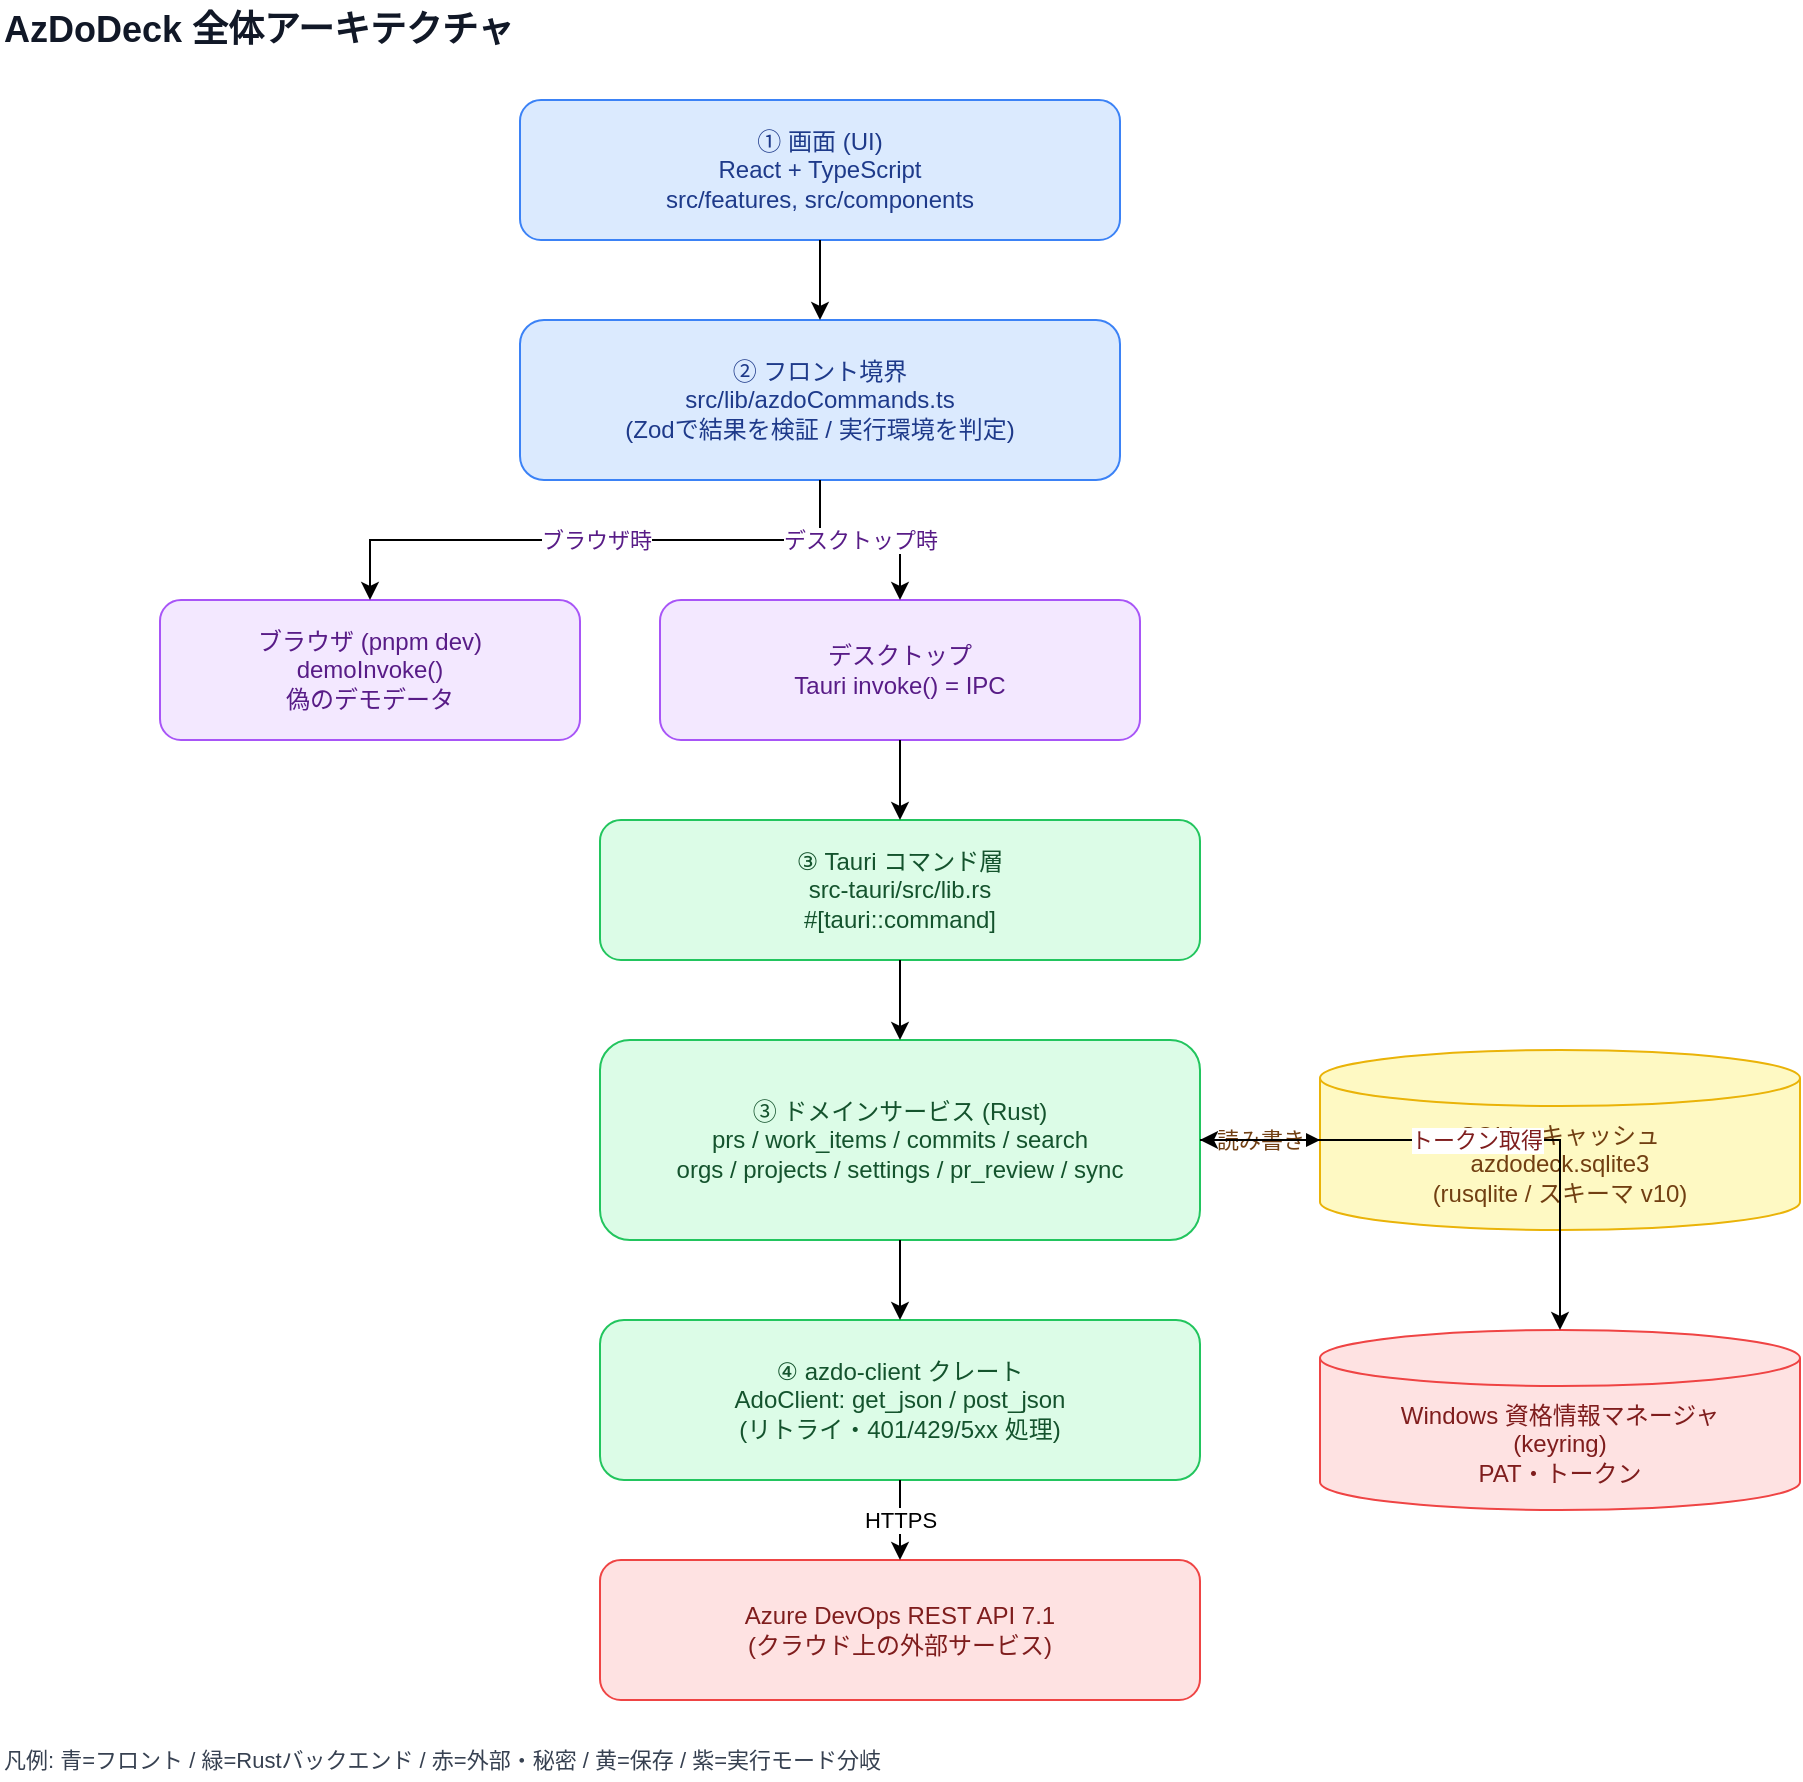
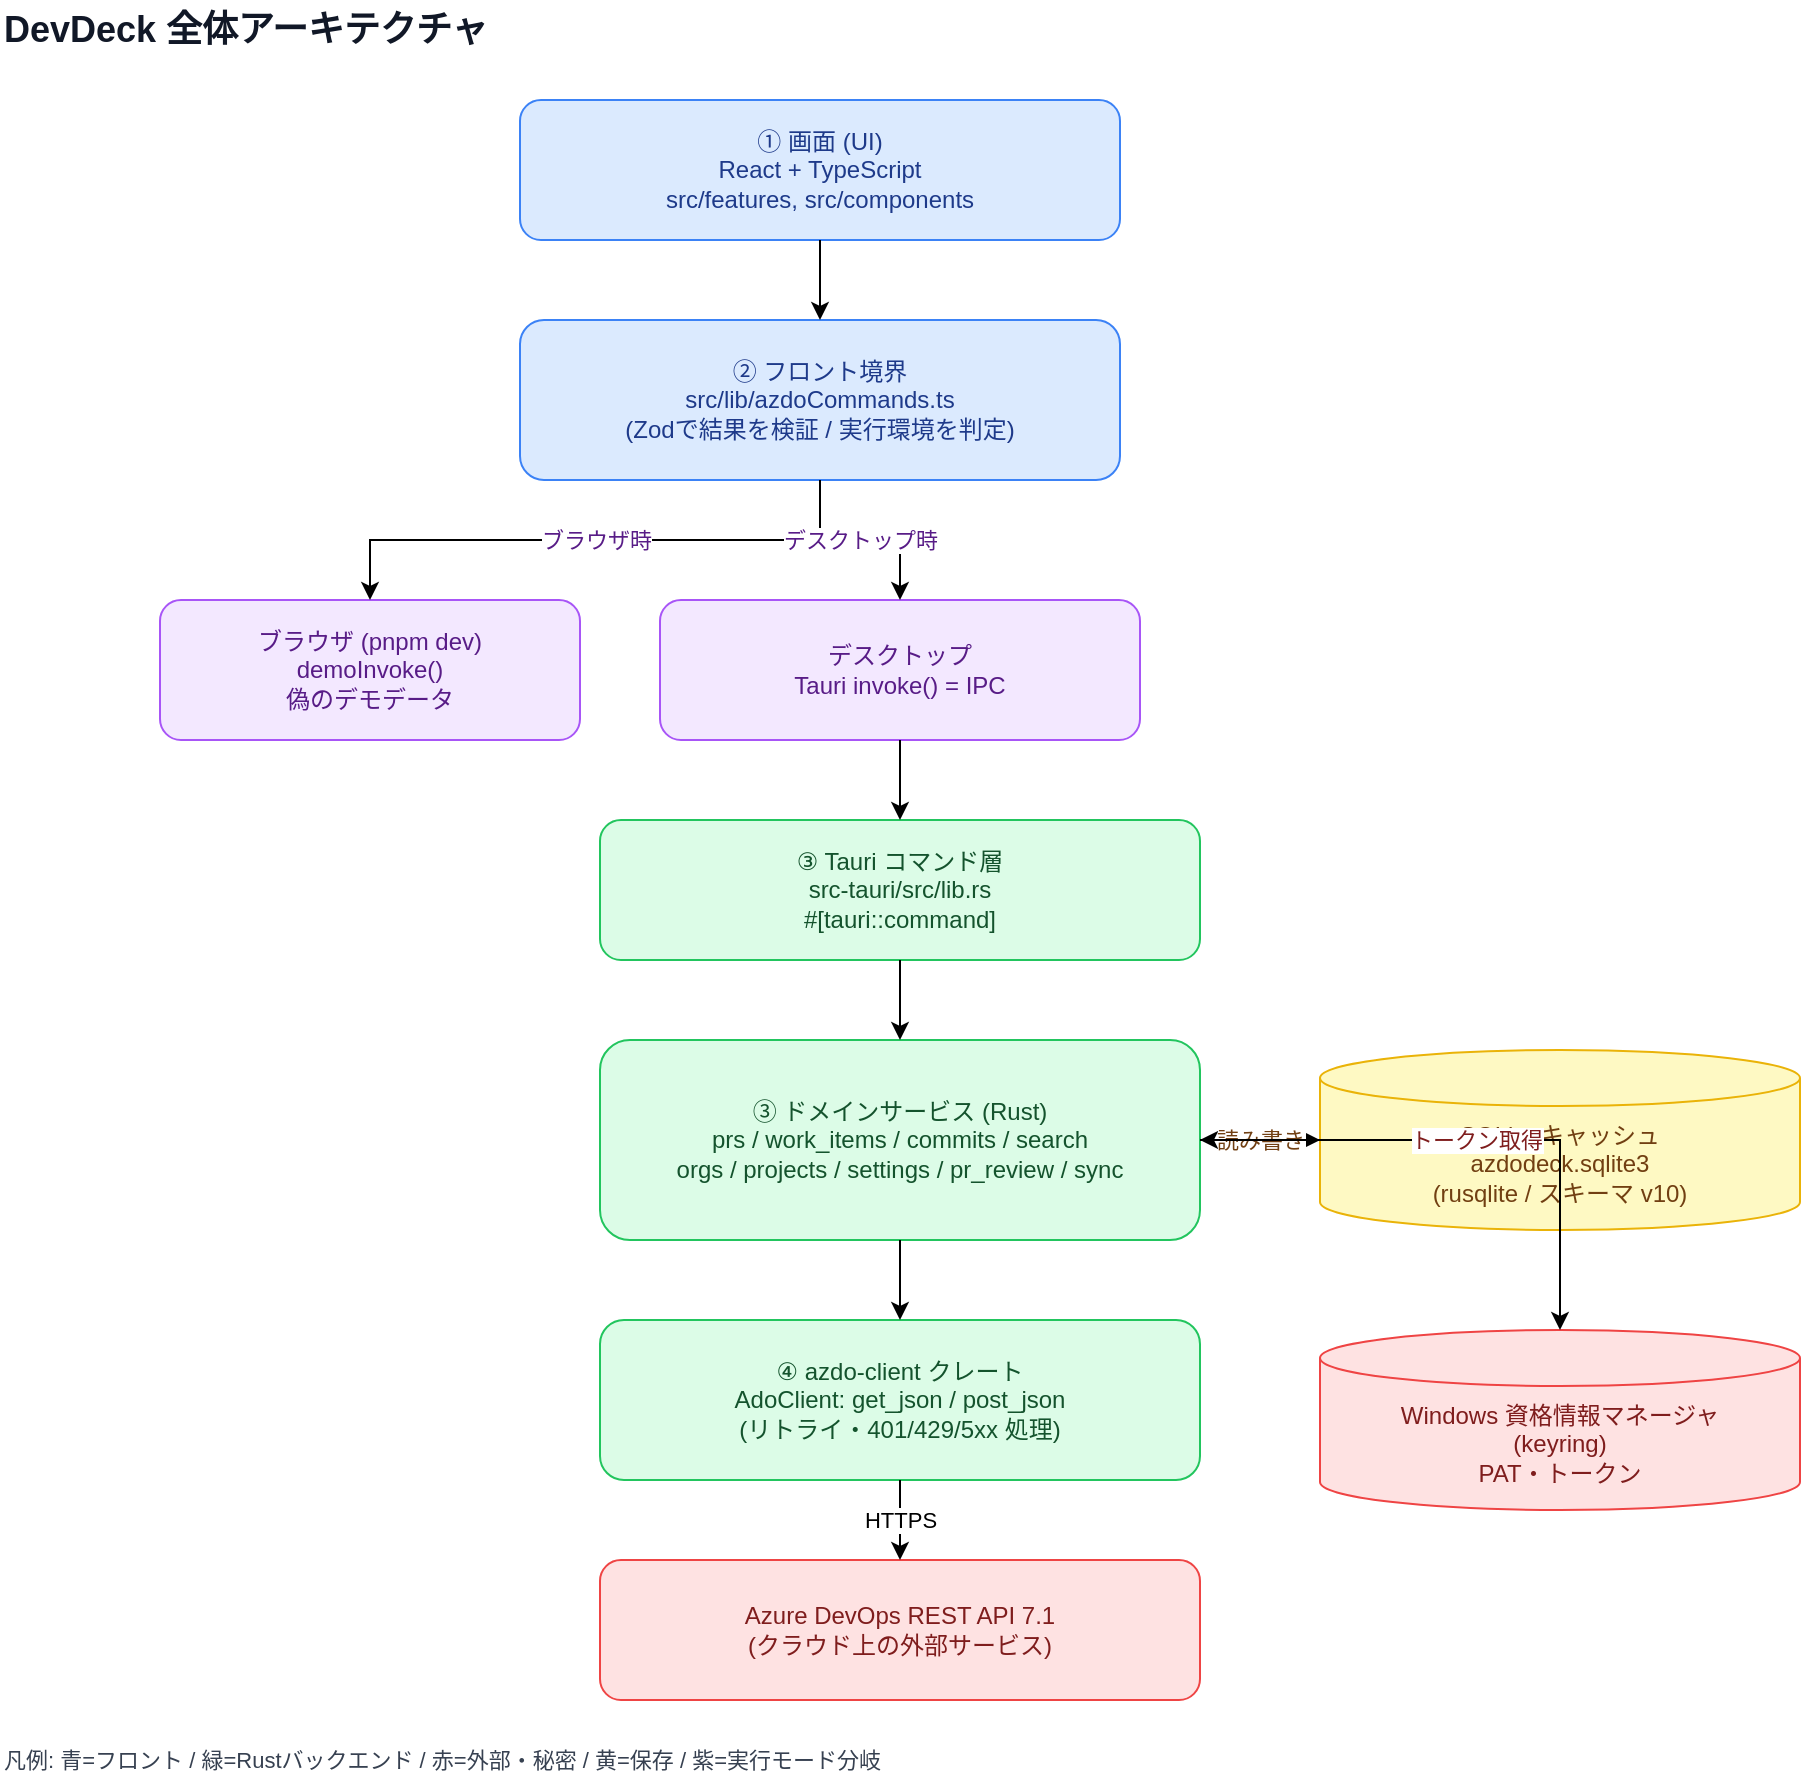
<mxfile host="app.diagrams.net" type="device">
  <diagram name="architecture" id="azdodeck-architecture">
    <mxGraphModel dx="1100" dy="800" grid="1" gridSize="10" guides="1" tooltips="1" connect="1" arrows="1" fold="1" page="1" pageScale="1" pageWidth="1100" pageHeight="950" math="0" shadow="0">
      <root>
        <mxCell id="0" />
        <mxCell id="1" parent="0" />

-         <mxCell id="title" value="AzDoDeck 全体アーキテクチャ" style="text;html=1;align=left;verticalAlign=middle;fontSize=18;fontStyle=1;fontColor=#111827;" vertex="1" parent="1">
+         <mxCell id="title" value="DevDeck 全体アーキテクチャ" style="text;html=1;align=left;verticalAlign=middle;fontSize=18;fontStyle=1;fontColor=#111827;" vertex="1" parent="1">
          <mxGeometry x="40" y="20" width="400" height="30" as="geometry" />
        </mxCell>

        <mxCell id="ui" value="&#9312; 画面 (UI)&lt;br&gt;React + TypeScript&lt;br&gt;src/features, src/components" style="rounded=1;whiteSpace=wrap;html=1;fillColor=#dbeafe;strokeColor=#3b82f6;fontColor=#1e3a8a;" vertex="1" parent="1">
          <mxGeometry x="300" y="70" width="300" height="70" as="geometry" />
        </mxCell>

        <mxCell id="bridge" value="&#9313; フロント境界&lt;br&gt;src/lib/azdoCommands.ts&lt;br&gt;(Zodで結果を検証 / 実行環境を判定)" style="rounded=1;whiteSpace=wrap;html=1;fillColor=#dbeafe;strokeColor=#3b82f6;fontColor=#1e3a8a;" vertex="1" parent="1">
          <mxGeometry x="300" y="180" width="300" height="80" as="geometry" />
        </mxCell>

        <mxCell id="demo" value="ブラウザ (pnpm dev)&lt;br&gt;demoInvoke()&lt;br&gt;偽のデモデータ" style="rounded=1;whiteSpace=wrap;html=1;fillColor=#f3e8ff;strokeColor=#a855f7;fontColor=#581c87;" vertex="1" parent="1">
          <mxGeometry x="120" y="320" width="210" height="70" as="geometry" />
        </mxCell>

        <mxCell id="invoke" value="デスクトップ&lt;br&gt;Tauri invoke() = IPC" style="rounded=1;whiteSpace=wrap;html=1;fillColor=#f3e8ff;strokeColor=#a855f7;fontColor=#581c87;" vertex="1" parent="1">
          <mxGeometry x="370" y="320" width="240" height="70" as="geometry" />
        </mxCell>

        <mxCell id="cmd" value="&#9314; Tauri コマンド層&lt;br&gt;src-tauri/src/lib.rs&lt;br&gt;#[tauri::command]" style="rounded=1;whiteSpace=wrap;html=1;fillColor=#dcfce7;strokeColor=#22c55e;fontColor=#14532d;" vertex="1" parent="1">
          <mxGeometry x="340" y="430" width="300" height="70" as="geometry" />
        </mxCell>

        <mxCell id="svc" value="&#9314; ドメインサービス (Rust)&lt;br&gt;prs / work_items / commits / search&lt;br&gt;orgs / projects / settings / pr_review / sync" style="rounded=1;whiteSpace=wrap;html=1;fillColor=#dcfce7;strokeColor=#22c55e;fontColor=#14532d;" vertex="1" parent="1">
          <mxGeometry x="340" y="540" width="300" height="100" as="geometry" />
        </mxCell>

        <mxCell id="client" value="&#9315; azdo-client クレート&lt;br&gt;AdoClient: get_json / post_json&lt;br&gt;(リトライ・401/429/5xx 処理)" style="rounded=1;whiteSpace=wrap;html=1;fillColor=#dcfce7;strokeColor=#22c55e;fontColor=#14532d;" vertex="1" parent="1">
          <mxGeometry x="340" y="680" width="300" height="80" as="geometry" />
        </mxCell>

        <mxCell id="rest" value="Azure DevOps REST API 7.1&lt;br&gt;(クラウド上の外部サービス)" style="rounded=1;whiteSpace=wrap;html=1;fillColor=#fee2e2;strokeColor=#ef4444;fontColor=#7f1d1d;" vertex="1" parent="1">
          <mxGeometry x="340" y="800" width="300" height="70" as="geometry" />
        </mxCell>

        <mxCell id="sqlite" value="SQLite キャッシュ&lt;br&gt;azdodeck.sqlite3&lt;br&gt;(rusqlite / スキーマ v10)" style="shape=cylinder3;whiteSpace=wrap;html=1;boundedLbl=1;backgroundOutline=1;size=14;fillColor=#fef9c3;strokeColor=#eab308;fontColor=#713f12;" vertex="1" parent="1">
          <mxGeometry x="700" y="545" width="240" height="90" as="geometry" />
        </mxCell>

        <mxCell id="keyring" value="Windows 資格情報マネージャ&lt;br&gt;(keyring)&lt;br&gt;PAT・トークン" style="shape=cylinder3;whiteSpace=wrap;html=1;boundedLbl=1;backgroundOutline=1;size=14;fillColor=#fee2e2;strokeColor=#ef4444;fontColor=#7f1d1d;" vertex="1" parent="1">
          <mxGeometry x="700" y="685" width="240" height="90" as="geometry" />
        </mxCell>

        <mxCell id="e1" style="edgeStyle=orthogonalEdgeStyle;rounded=0;html=1;endArrow=classic;" edge="1" parent="1" source="ui" target="bridge">
          <mxGeometry relative="1" as="geometry" />
        </mxCell>
        <mxCell id="e2" value="ブラウザ時" style="edgeStyle=orthogonalEdgeStyle;rounded=0;html=1;endArrow=classic;fontColor=#581c87;" edge="1" parent="1" source="bridge" target="demo">
          <mxGeometry relative="1" as="geometry" />
        </mxCell>
        <mxCell id="e3" value="デスクトップ時" style="edgeStyle=orthogonalEdgeStyle;rounded=0;html=1;endArrow=classic;fontColor=#581c87;" edge="1" parent="1" source="bridge" target="invoke">
          <mxGeometry relative="1" as="geometry" />
        </mxCell>
        <mxCell id="e4" style="edgeStyle=orthogonalEdgeStyle;rounded=0;html=1;endArrow=classic;" edge="1" parent="1" source="invoke" target="cmd">
          <mxGeometry relative="1" as="geometry" />
        </mxCell>
        <mxCell id="e5" style="edgeStyle=orthogonalEdgeStyle;rounded=0;html=1;endArrow=classic;" edge="1" parent="1" source="cmd" target="svc">
          <mxGeometry relative="1" as="geometry" />
        </mxCell>
        <mxCell id="e6" style="edgeStyle=orthogonalEdgeStyle;rounded=0;html=1;endArrow=classic;" edge="1" parent="1" source="svc" target="client">
          <mxGeometry relative="1" as="geometry" />
        </mxCell>
        <mxCell id="e7" value="HTTPS" style="edgeStyle=orthogonalEdgeStyle;rounded=0;html=1;endArrow=classic;" edge="1" parent="1" source="client" target="rest">
          <mxGeometry relative="1" as="geometry" />
        </mxCell>
        <mxCell id="e8" value="読み書き" style="edgeStyle=orthogonalEdgeStyle;rounded=0;html=1;startArrow=classic;endArrow=classic;fontColor=#713f12;" edge="1" parent="1" source="svc" target="sqlite">
          <mxGeometry relative="1" as="geometry" />
        </mxCell>
        <mxCell id="e9" value="トークン取得" style="edgeStyle=orthogonalEdgeStyle;rounded=0;html=1;endArrow=classic;fontColor=#7f1d1d;" edge="1" parent="1" source="svc" target="keyring">
          <mxGeometry relative="1" as="geometry" />
        </mxCell>

        <mxCell id="legend" value="凡例:  青=フロント / 緑=Rustバックエンド / 赤=外部・秘密 / 黄=保存 / 紫=実行モード分岐" style="text;html=1;align=left;verticalAlign=middle;fontSize=11;fontColor=#374151;" vertex="1" parent="1">
          <mxGeometry x="40" y="890" width="760" height="20" as="geometry" />
        </mxCell>
      </root>
    </mxGraphModel>
  </diagram>
</mxfile>
